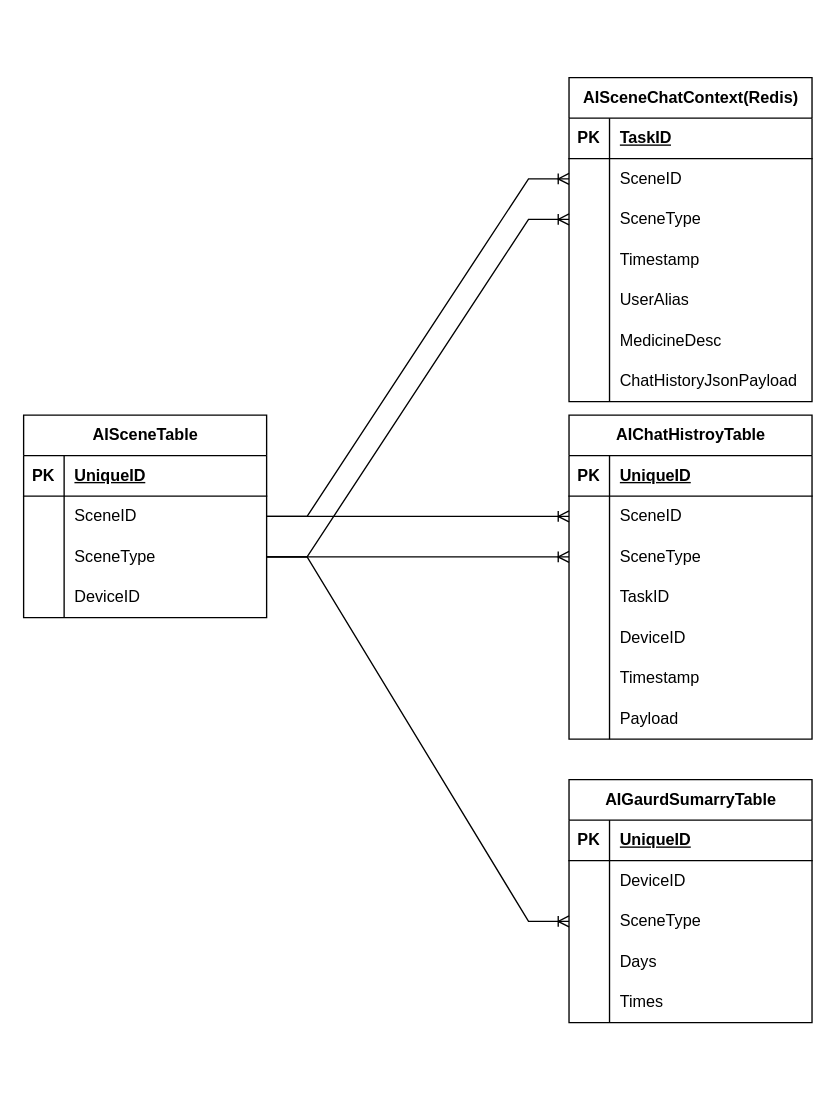
Chrischenny/selfblog keeps this draw.io diagram as 吃药场景数据库表.drawio. Above is the earlier version. Source tidied: cells renumbered, new cells numbered last; positions are measured from the earlier drawing's top-left corner, leaving out a move shared by most shapes. Both pictures are drawn from the tidied source at 135%, with x=0, y=0 at pixel (23, 77).
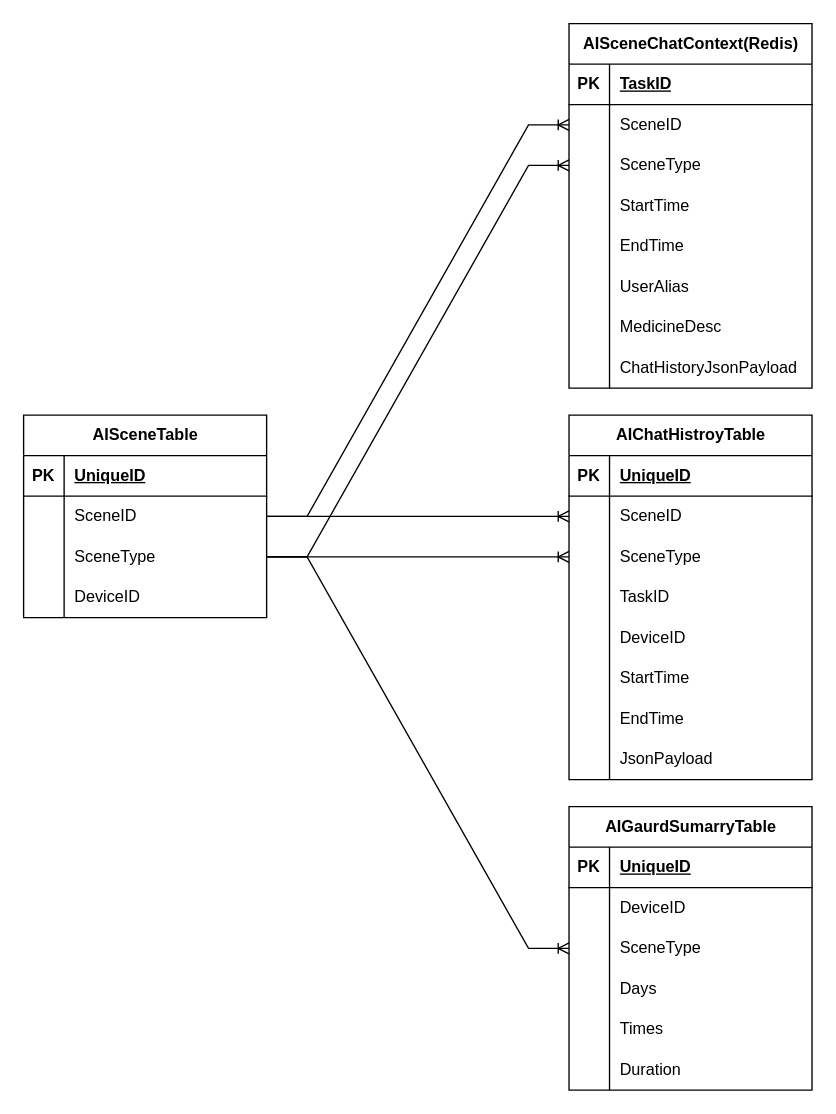
After the change.

Commit message:
更新吃药场景数据库表.drawio

Unchanged cells that the change refers to:
```xml
<mxCell id="31" style="shape=tableRow;horizontal=0;startSize=0;swimlaneHead=0;swimlaneBody=0;fillColor=none;top=0;left=0;right=0;bottom=0;" parent="15" vertex="1">
  <mxGeometry y="180" width="180" height="30" as="geometry" />
</mxCell>
<mxCell id="47" style="shape=tableRow;horizontal=0;startSize=0;swimlaneHead=0;swimlaneBody=0;fillColor=none;top=0;left=0;right=0;bottom=0;" parent="37" vertex="1">
  <mxGeometry y="120" width="180" height="30" as="geometry" />
</mxCell>
```

Change to the diagram source:
```diff
@@
     <mxCell id="15" value="AIChatHistroyTable" style="shape=table;startSize=30;childLayout=tableLayout;rowLines=0;fontStyle=1;align=center;html=1;" parent="1" vertex="1">
-      <mxGeometry x="404" y="250" width="180" height="240" as="geometry" />
+      <mxGeometry x="404" y="250" width="180" height="270" as="geometry" />
     </mxCell>
@@
-    <mxCell id="33" value="Timestamp" style="shape=partialRectangle;fillColor=none;top=0;left=0;bottom=0;right=0;align=left;spacingLeft=6;overflow=hidden;whiteSpace=wrap;html=1;" parent="31" vertex="1">
+    <mxCell id="33" value="StartTime" style="shape=partialRectangle;fillColor=none;top=0;left=0;bottom=0;right=0;align=left;spacingLeft=6;overflow=hidden;whiteSpace=wrap;html=1;" parent="31" vertex="1">
       <mxGeometry x="30" width="150" height="30" as="geometry" />
     </mxCell>
+    <mxCell id="80" style="shape=tableRow;horizontal=0;startSize=0;swimlaneHead=0;swimlaneBody=0;fillColor=none;top=0;left=0;right=0;bottom=0;" parent="15" vertex="1">
+      <mxGeometry y="210" width="180" height="30" as="geometry" />
+    </mxCell>
+    <mxCell id="81" style="shape=partialRectangle;fillColor=none;top=0;left=0;bottom=0;right=0;overflow=hidden;whiteSpace=wrap;html=1;" parent="80" vertex="1">
+      <mxGeometry width="30" height="30" as="geometry" />
+    </mxCell>
+    <mxCell id="82" value="EndTime" style="shape=partialRectangle;fillColor=none;top=0;left=0;bottom=0;right=0;align=left;spacingLeft=6;overflow=hidden;whiteSpace=wrap;html=1;" parent="80" vertex="1">
+      <mxGeometry x="30" width="150" height="30" as="geometry" />
+    </mxCell>
     <mxCell id="34" style="shape=tableRow;horizontal=0;startSize=0;swimlaneHead=0;swimlaneBody=0;fillColor=none;top=0;left=0;right=0;bottom=0;" parent="15" vertex="1">
-      <mxGeometry y="210" width="180" height="30" as="geometry" />
+      <mxGeometry y="240" width="180" height="30" as="geometry" />
     </mxCell>
@@
-    <mxCell id="36" value="Payload" style="shape=partialRectangle;fillColor=none;top=0;left=0;bottom=0;right=0;align=left;spacingLeft=6;overflow=hidden;whiteSpace=wrap;html=1;" parent="34" vertex="1">
+    <mxCell id="36" value="JsonPayload" style="shape=partialRectangle;fillColor=none;top=0;left=0;bottom=0;right=0;align=left;spacingLeft=6;overflow=hidden;whiteSpace=wrap;html=1;" parent="34" vertex="1">
       <mxGeometry x="30" width="150" height="30" as="geometry" />
     </mxCell>
     <mxCell id="37" value="AISceneChatContext(Redis)" style="shape=table;startSize=30;childLayout=tableLayout;rowLines=0;fontStyle=1;align=center;html=1;" parent="1" vertex="1">
-      <mxGeometry x="404" width="180" height="240" as="geometry" />
+      <mxGeometry x="404" y="-40" width="180" height="270" as="geometry" />
     </mxCell>
@@
-    <mxCell id="49" value="Timestamp" style="shape=partialRectangle;fillColor=none;top=0;left=0;bottom=0;right=0;align=left;spacingLeft=6;overflow=hidden;whiteSpace=wrap;html=1;" parent="47" vertex="1">
+    <mxCell id="49" value="StartTime" style="shape=partialRectangle;fillColor=none;top=0;left=0;bottom=0;right=0;align=left;spacingLeft=6;overflow=hidden;whiteSpace=wrap;html=1;" parent="47" vertex="1">
       <mxGeometry x="30" width="150" height="30" as="geometry" />
     </mxCell>
+    <mxCell id="83" style="shape=tableRow;horizontal=0;startSize=0;swimlaneHead=0;swimlaneBody=0;fillColor=none;top=0;left=0;right=0;bottom=0;" parent="37" vertex="1">
+      <mxGeometry y="150" width="180" height="30" as="geometry" />
+    </mxCell>
+    <mxCell id="84" style="shape=partialRectangle;fillColor=none;top=0;left=0;bottom=0;right=0;overflow=hidden;whiteSpace=wrap;html=1;" parent="83" vertex="1">
+      <mxGeometry width="30" height="30" as="geometry" />
+    </mxCell>
+    <mxCell id="85" value="EndTime" style="shape=partialRectangle;fillColor=none;top=0;left=0;bottom=0;right=0;align=left;spacingLeft=6;overflow=hidden;whiteSpace=wrap;html=1;" parent="83" vertex="1">
+      <mxGeometry x="30" width="150" height="30" as="geometry" />
+    </mxCell>
     <mxCell id="50" style="shape=tableRow;horizontal=0;startSize=0;swimlaneHead=0;swimlaneBody=0;fillColor=none;top=0;left=0;right=0;bottom=0;" parent="37" vertex="1">
-      <mxGeometry y="150" width="180" height="30" as="geometry" />
+      <mxGeometry y="180" width="180" height="30" as="geometry" />
     </mxCell>
@@
     <mxCell id="53" style="shape=tableRow;horizontal=0;startSize=0;swimlaneHead=0;swimlaneBody=0;fillColor=none;top=0;left=0;right=0;bottom=0;" parent="37" vertex="1">
-      <mxGeometry y="180" width="180" height="30" as="geometry" />
+      <mxGeometry y="210" width="180" height="30" as="geometry" />
     </mxCell>
@@
     <mxCell id="56" style="shape=tableRow;horizontal=0;startSize=0;swimlaneHead=0;swimlaneBody=0;fillColor=none;top=0;left=0;right=0;bottom=0;" parent="37" vertex="1">
-      <mxGeometry y="210" width="180" height="30" as="geometry" />
+      <mxGeometry y="240" width="180" height="30" as="geometry" />
     </mxCell>
@@
     <mxCell id="61" value="AIGaurdSumarryTable" style="shape=table;startSize=30;childLayout=tableLayout;rowLines=0;fontStyle=1;align=center;html=1;" parent="1" vertex="1">
-      <mxGeometry x="404" y="520" width="180" height="180" as="geometry" />
+      <mxGeometry x="404" y="540" width="180" height="210" as="geometry" />
     </mxCell>
@@
+    <mxCell id="86" style="shape=tableRow;horizontal=0;startSize=0;swimlaneHead=0;swimlaneBody=0;fillColor=none;top=0;left=0;right=0;bottom=0;" parent="61" vertex="1">
+      <mxGeometry y="180" width="180" height="30" as="geometry" />
+    </mxCell>
+    <mxCell id="87" style="shape=partialRectangle;fillColor=none;top=0;left=0;bottom=0;right=0;overflow=hidden;whiteSpace=wrap;html=1;" parent="86" vertex="1">
+      <mxGeometry width="30" height="30" as="geometry" />
+    </mxCell>
+    <mxCell id="88" value="Duration" style="shape=partialRectangle;fillColor=none;top=0;left=0;bottom=0;right=0;align=left;spacingLeft=6;overflow=hidden;whiteSpace=wrap;html=1;" parent="86" vertex="1">
+      <mxGeometry x="30" width="150" height="30" as="geometry" />
+    </mxCell>
```
